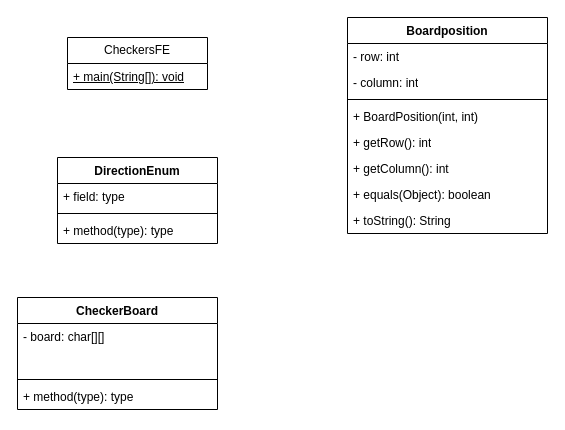
Earlier version of the draw.io diagram CheckersUML.drawio (ksurisetty11/checkers-project). Source tidied: cells renumbered, new cells numbered last; positions are measured from the earlier drawing's top-left corner, leaving out a move shared by most shapes. Both pictures are drawn from the tidied source at 100%, with x=0, y=0 at pixel (17, 17).
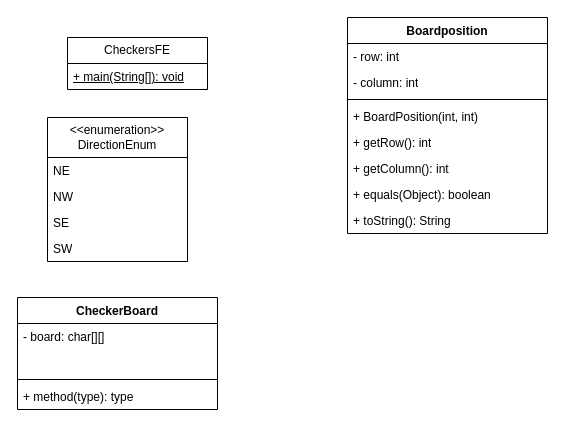
After the change.

Diff of the diagram source:
```diff
@@
-    <mxCell id="11" value="DirectionEnum" style="swimlane;fontStyle=1;align=center;verticalAlign=top;horizontal=1;startSize=26;whiteSpace=wrap;html=1;" parent="1" vertex="1">
-      <mxGeometry x="40" y="140" width="160" height="86" as="geometry" />
-    </mxCell>
-    <mxCell id="12" value="+ field: type" style="text;strokeColor=none;fillColor=none;align=left;verticalAlign=top;spacingLeft=4;spacingRight=4;overflow=hidden;whiteSpace=wrap;html=1;" parent="11" vertex="1">
-      <mxGeometry y="26" width="160" height="26" as="geometry" />
-    </mxCell>
-    <mxCell id="13" style="line;strokeWidth=1;fillColor=none;align=left;verticalAlign=middle;spacingTop=-1;spacingLeft=3;spacingRight=3;labelPosition=right;strokeColor=inherit;" parent="11" vertex="1">
-      <mxGeometry y="52" width="160" height="8" as="geometry" />
-    </mxCell>
-    <mxCell id="14" value="+ method(type): type" style="text;strokeColor=none;fillColor=none;align=left;verticalAlign=top;spacingLeft=4;spacingRight=4;overflow=hidden;whiteSpace=wrap;html=1;" parent="11" vertex="1">
-      <mxGeometry y="60" width="160" height="26" as="geometry" />
-    </mxCell>
@@
+    <mxCell id="22" value="&amp;lt;&amp;lt;enumeration&amp;gt;&amp;gt;&lt;div&gt;DirectionEnum&lt;/div&gt;" style="swimlane;fontStyle=0;horizontal=1;startSize=40;fillColor=none;whiteSpace=wrap;html=1;" parent="1" vertex="1">
+      <mxGeometry x="30" y="100" width="140" height="144" as="geometry" />
+    </mxCell>
+    <mxCell id="23" value="NE" style="text;strokeColor=none;fillColor=none;align=left;verticalAlign=top;spacingLeft=4;spacingRight=4;overflow=hidden;whiteSpace=wrap;html=1;" parent="22" vertex="1">
+      <mxGeometry y="40" width="140" height="26" as="geometry" />
+    </mxCell>
+    <mxCell id="24" value="NW" style="text;strokeColor=none;fillColor=none;align=left;verticalAlign=top;spacingLeft=4;spacingRight=4;overflow=hidden;whiteSpace=wrap;html=1;" parent="22" vertex="1">
+      <mxGeometry y="66" width="140" height="26" as="geometry" />
+    </mxCell>
+    <mxCell id="25" value="SE" style="text;strokeColor=none;fillColor=none;align=left;verticalAlign=top;spacingLeft=4;spacingRight=4;overflow=hidden;whiteSpace=wrap;html=1;" parent="22" vertex="1">
+      <mxGeometry y="92" width="140" height="26" as="geometry" />
+    </mxCell>
+    <mxCell id="26" value="SW" style="text;strokeColor=none;fillColor=none;align=left;verticalAlign=top;spacingLeft=4;spacingRight=4;overflow=hidden;whiteSpace=wrap;html=1;" parent="22" vertex="1">
+      <mxGeometry y="118" width="140" height="26" as="geometry" />
+    </mxCell>
```
